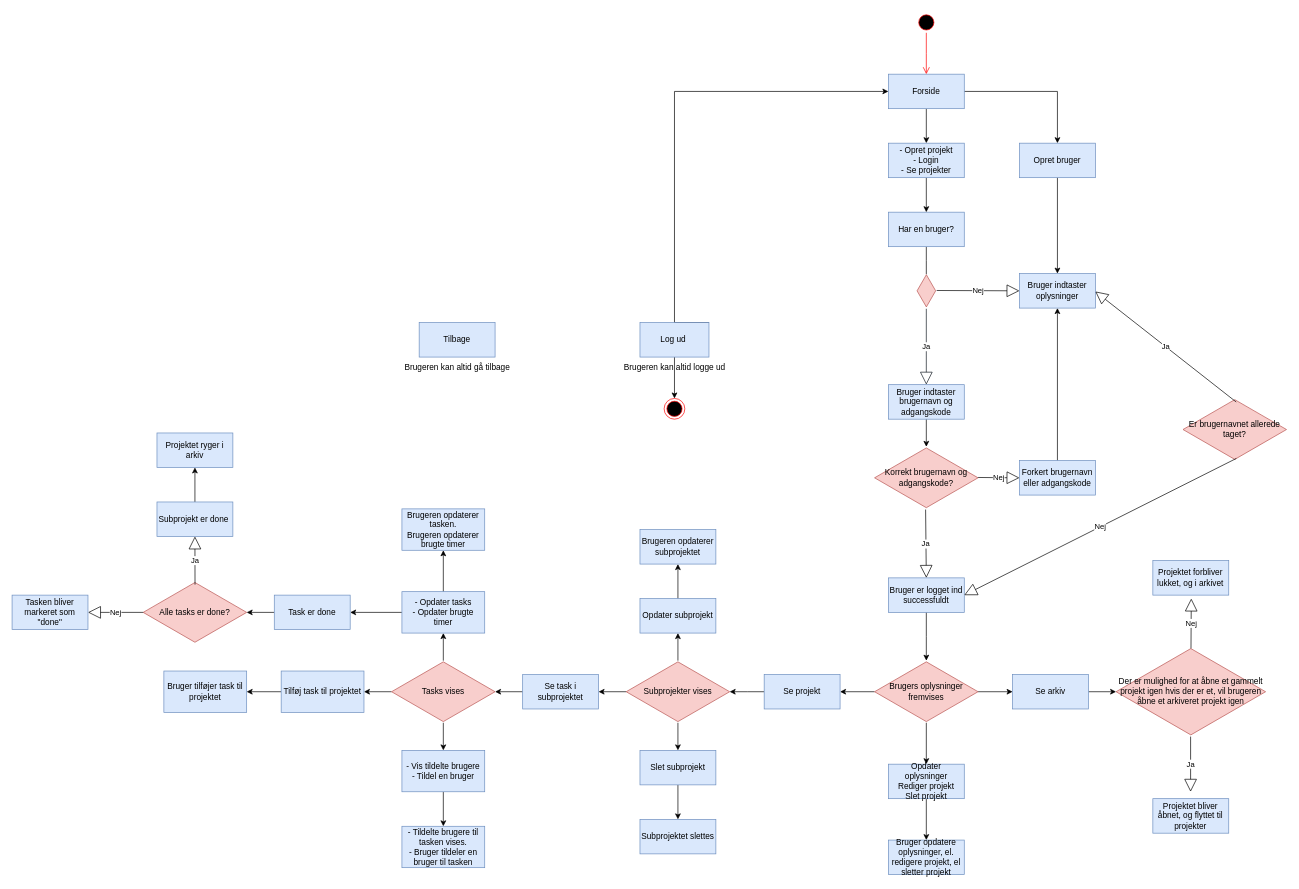
The draw.io diagram Untitled Diagram.drawio in SarahKiil/AlphaSolutionsEksamen, before the edit. Source tidied: cells renumbered, new cells numbered last; positions are measured from the earlier drawing's top-left corner, leaving out a move shared by most shapes. Both pictures are drawn from the tidied source at 69%, with x=0, y=0 at pixel (12, 12).
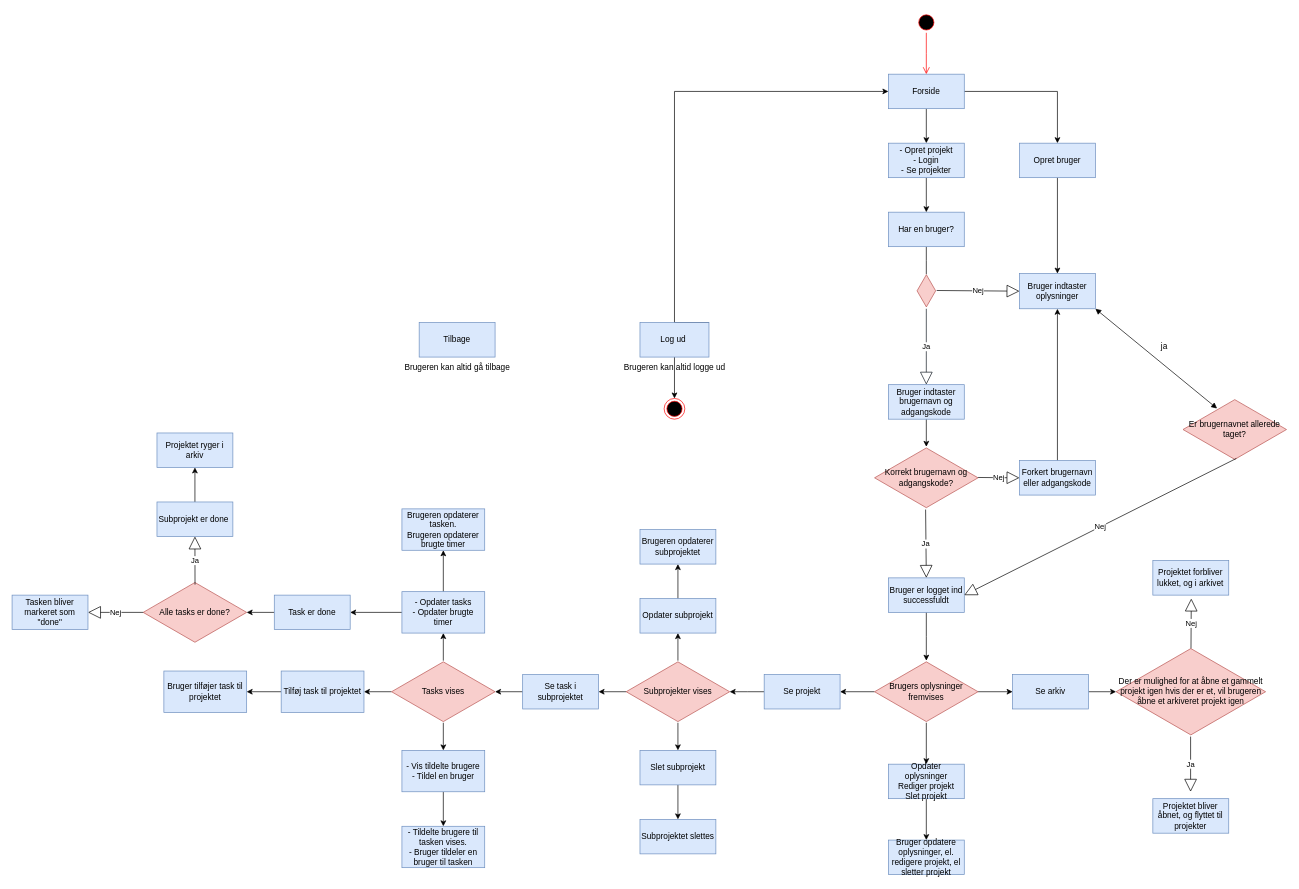
The same page after the edit.

The change refers to these unchanged cells:
```xml
<mxCell id="66" value="Er brugernavnet allerede taget?" style="html=1;whiteSpace=wrap;shape=isoRectangle;fillColor=#f8cecc;strokeColor=#b85450;" parent="1" vertex="1">
  <mxGeometry x="1697" y="560" width="150" height="90" as="geometry" />
</mxCell>
```

The edit, as a diff of the source:
```diff
@@
     <mxCell id="9" value="Bruger indtaster oplysninger" style="html=1;whiteSpace=wrap;fillColor=#dae8fc;strokeColor=#6c8ebf;" parent="1" vertex="1">
-      <mxGeometry x="1460" y="379" width="110" height="50" as="geometry" />
+      <mxGeometry x="1460" y="379" width="110" height="51" as="geometry" />
     </mxCell>
@@
-    <mxCell id="67" value="Ja" style="endArrow=block;endSize=16;endFill=0;html=1;rounded=0;entryX=1;entryY=0.5;entryDx=0;entryDy=0;exitX=0.514;exitY=0.057;exitDx=0;exitDy=0;exitPerimeter=0;" parent="1" edge="1" source="66">
-      <mxGeometry relative="1" as="geometry">
-        <mxPoint x="1570" y="405" as="targetPoint" />
-      </mxGeometry>
-    </mxCell>
@@
+    <mxCell id="87" style="endArrow=block;startArrow=block;endFill=1;startFill=1;html=1;rounded=0;exitX=1;exitY=1;exitDx=0;exitDy=0;entryX=0.329;entryY=0.161;entryDx=0;entryDy=0;entryPerimeter=0;" parent="1" edge="1" source="9" target="66">
+      <mxGeometry relative="1" as="geometry" />
+    </mxCell>
+    <mxCell id="88" value="ja" style="text;strokeColor=none;align=center;fillColor=none;html=1;verticalAlign=middle;whiteSpace=wrap;rounded=0;" parent="1" vertex="1">
+      <mxGeometry x="1640" y="470" width="60" height="30" as="geometry" />
+    </mxCell>
```
